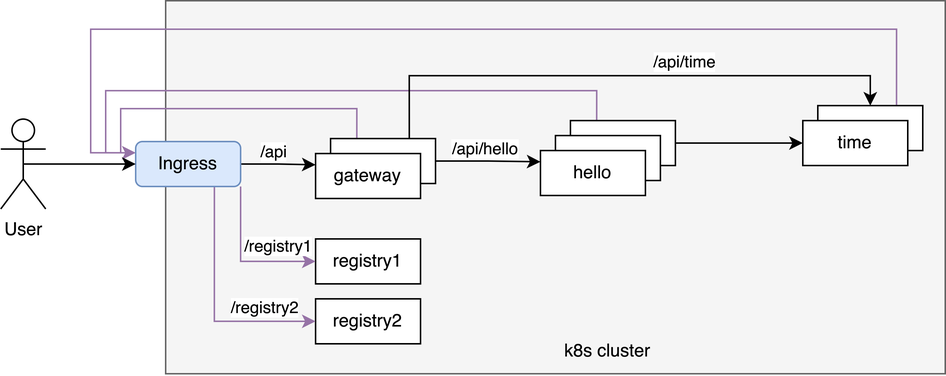
KirillSmirnow/k8s keeps this draw.io diagram as _res/components.png. Above is the earlier version. Source tidied: cells renumbered, new cells last; positions are measured from the earlier drawing's top-left corner, leaving out a move shared by most shapes.
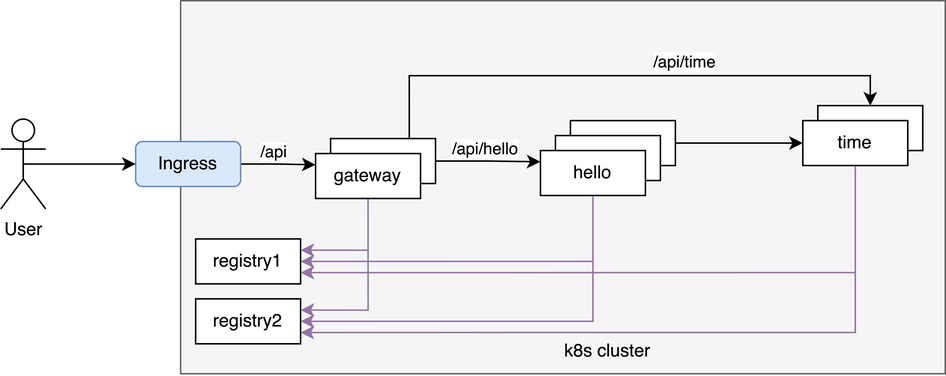
Later version of the same file.

Commit message:
Enable internal access to Service Registry

Diff of the diagram source:
```diff
@@ -3,43 +3,43 @@
     <mxCell id="0" />
     <mxCell id="1" parent="0" />
     <mxCell id="2" style="rounded=0;whiteSpace=wrap;html=1;fillColor=#f5f5f5;fontColor=#333333;strokeColor=#666666;" parent="1" vertex="1">
-      <mxGeometry x="110" width="520" height="249" as="geometry" />
+      <mxGeometry x="120" width="510" height="249" as="geometry" />
     </mxCell>
-    <mxCell id="3" style="edgeStyle=orthogonalEdgeStyle;rounded=0;jettySize=auto;html=1;exitX=0.75;exitY=0;exitDx=0;exitDy=0;entryX=0;entryY=0.25;entryDx=0;entryDy=0;fillColor=#e1d5e7;strokeColor=#9673a6;" parent="1" edge="1" source="4" target="26">
-      <mxGeometry relative="1" as="geometry">
-        <Array as="points">
-          <mxPoint x="598" y="19" />
-          <mxPoint x="60" y="19" />
-          <mxPoint x="60" y="101" />
-        </Array>
-      </mxGeometry>
-    </mxCell>
     <mxCell id="4" value="time" style="rounded=0;whiteSpace=wrap;html=1;" parent="1" vertex="1">
       <mxGeometry x="545" y="70" width="70" height="30" as="geometry" />
     </mxCell>
+    <mxCell id="30" style="edgeStyle=orthogonalEdgeStyle;rounded=0;jettySize=auto;html=1;exitX=0.5;exitY=1;exitDx=0;exitDy=0;entryX=1;entryY=0.75;entryDx=0;entryDy=0;fillColor=#e1d5e7;strokeColor=#9673a6;" parent="1" edge="1" source="5" target="11">
+      <mxGeometry relative="1" as="geometry" />
+    </mxCell>
+    <mxCell id="31" style="edgeStyle=orthogonalEdgeStyle;rounded=0;jettySize=auto;html=1;exitX=0.5;exitY=1;exitDx=0;exitDy=0;entryX=1;entryY=0.75;entryDx=0;entryDy=0;fillColor=#e1d5e7;strokeColor=#9673a6;" parent="1" edge="1" source="5" target="12">
+      <mxGeometry relative="1" as="geometry" />
+    </mxCell>
     <mxCell id="5" value="time" style="rounded=0;whiteSpace=wrap;html=1;" parent="1" vertex="1">
       <mxGeometry x="535" y="80" width="70" height="30" as="geometry" />
     </mxCell>
     <mxCell id="6" style="edgeStyle=orthogonalEdgeStyle;rounded=0;jettySize=auto;html=1;exitX=1;exitY=0.5;exitDx=0;exitDy=0;entryX=0;entryY=0.5;entryDx=0;entryDy=0;" parent="1" edge="1" source="8" target="5">
       <mxGeometry relative="1" as="geometry" />
     </mxCell>
-    <mxCell id="7" style="edgeStyle=orthogonalEdgeStyle;rounded=0;jettySize=auto;html=1;exitX=0.25;exitY=0;exitDx=0;exitDy=0;entryX=0;entryY=0.25;entryDx=0;entryDy=0;fillColor=#e1d5e7;strokeColor=#9673a6;" parent="1" edge="1" source="8" target="26">
-      <mxGeometry relative="1" as="geometry" />
-    </mxCell>
     <mxCell id="8" value="hello" style="rounded=0;whiteSpace=wrap;html=1;" parent="1" vertex="1">
       <mxGeometry x="380" y="80" width="70" height="30" as="geometry" />
     </mxCell>
     <mxCell id="9" value="hello" style="rounded=0;whiteSpace=wrap;html=1;" parent="1" vertex="1">
       <mxGeometry x="370" y="90" width="70" height="30" as="geometry" />
     </mxCell>
+    <mxCell id="32" style="edgeStyle=orthogonalEdgeStyle;rounded=0;jettySize=auto;html=1;exitX=0.5;exitY=1;exitDx=0;exitDy=0;entryX=1;entryY=0.5;entryDx=0;entryDy=0;fillColor=#e1d5e7;strokeColor=#9673a6;" parent="1" edge="1" source="10" target="11">
+      <mxGeometry relative="1" as="geometry" />
+    </mxCell>
+    <mxCell id="33" style="edgeStyle=orthogonalEdgeStyle;rounded=0;jettySize=auto;html=1;exitX=0.5;exitY=1;exitDx=0;exitDy=0;entryX=1;entryY=0.5;entryDx=0;entryDy=0;fillColor=#e1d5e7;strokeColor=#9673a6;" parent="1" edge="1" source="10" target="12">
+      <mxGeometry relative="1" as="geometry" />
+    </mxCell>
     <mxCell id="10" value="hello" style="rounded=0;whiteSpace=wrap;html=1;" parent="1" vertex="1">
       <mxGeometry x="360" y="100" width="70" height="30" as="geometry" />
     </mxCell>
     <mxCell id="11" value="registry1" style="rounded=0;whiteSpace=wrap;html=1;" parent="1" vertex="1">
-      <mxGeometry x="210" y="159" width="70" height="30" as="geometry" />
+      <mxGeometry x="130" y="159" width="70" height="30" as="geometry" />
     </mxCell>
     <mxCell id="12" value="registry2" style="rounded=0;whiteSpace=wrap;html=1;" parent="1" vertex="1">
-      <mxGeometry x="210" y="199" width="70" height="30" as="geometry" />
+      <mxGeometry x="130" y="199" width="70" height="30" as="geometry" />
     </mxCell>
     <mxCell id="13" style="edgeStyle=orthogonalEdgeStyle;rounded=0;jettySize=auto;html=1;exitX=1;exitY=0.5;exitDx=0;exitDy=0;entryX=0;entryY=0.25;entryDx=0;entryDy=0;" parent="1" edge="1" source="18" target="10">
       <mxGeometry relative="1" as="geometry" />
@@ -57,18 +57,15 @@
         <mxPoint y="-9" as="offset" />
       </mxGeometry>
     </mxCell>
-    <mxCell id="17" style="edgeStyle=orthogonalEdgeStyle;rounded=0;jettySize=auto;html=1;exitX=0.25;exitY=0;exitDx=0;exitDy=0;entryX=0;entryY=0.25;entryDx=0;entryDy=0;fillColor=#e1d5e7;strokeColor=#9673a6;" parent="1" edge="1" source="18" target="26">
-      <mxGeometry relative="1" as="geometry">
-        <Array as="points">
-          <mxPoint x="238" y="72" />
-          <mxPoint x="80" y="72" />
-          <mxPoint x="80" y="101" />
-        </Array>
-      </mxGeometry>
-    </mxCell>
     <mxCell id="18" value="gateway" style="rounded=0;whiteSpace=wrap;html=1;" parent="1" vertex="1">
       <mxGeometry x="220" y="92" width="70" height="30" as="geometry" />
     </mxCell>
+    <mxCell id="34" style="edgeStyle=orthogonalEdgeStyle;rounded=0;jettySize=auto;html=1;exitX=0.5;exitY=1;exitDx=0;exitDy=0;entryX=1;entryY=0.25;entryDx=0;entryDy=0;fillColor=#e1d5e7;strokeColor=#9673a6;" parent="1" edge="1" source="19" target="11">
+      <mxGeometry relative="1" as="geometry" />
+    </mxCell>
+    <mxCell id="35" style="edgeStyle=orthogonalEdgeStyle;rounded=0;jettySize=auto;html=1;exitX=0.5;exitY=1;exitDx=0;exitDy=0;entryX=1;entryY=0.25;entryDx=0;entryDy=0;fillColor=#e1d5e7;strokeColor=#9673a6;" parent="1" edge="1" source="19" target="12">
+      <mxGeometry relative="1" as="geometry" />
+    </mxCell>
     <mxCell id="19" value="gateway" style="rounded=0;whiteSpace=wrap;html=1;" parent="1" vertex="1">
       <mxGeometry x="210" y="102" width="70" height="30" as="geometry" />
     </mxCell>
@@ -80,22 +77,6 @@
         <mxPoint y="-8" as="offset" />
       </mxGeometry>
     </mxCell>
-    <mxCell id="22" style="rounded=0;jettySize=auto;html=1;exitX=1;exitY=1;exitDx=0;exitDy=0;entryX=0;entryY=0.5;entryDx=0;entryDy=0;fillColor=#e1d5e7;strokeColor=#9673a6;edgeStyle=orthogonalEdgeStyle;" parent="1" edge="1" source="26" target="11">
-      <mxGeometry relative="1" as="geometry" />
-    </mxCell>
-    <mxCell id="23" value="/registry1" style="edgeLabel;html=1;align=center;verticalAlign=middle;" parent="22" vertex="1">
-      <mxGeometry x="-0.04" relative="1" as="geometry">
-        <mxPoint x="25" y="-8" as="offset" />
-      </mxGeometry>
-    </mxCell>
-    <mxCell id="24" style="rounded=0;jettySize=auto;html=1;exitX=0.75;exitY=1;exitDx=0;exitDy=0;entryX=0;entryY=0.5;entryDx=0;entryDy=0;fillColor=#e1d5e7;strokeColor=#9673a6;edgeStyle=orthogonalEdgeStyle;" parent="1" edge="1" source="26" target="12">
-      <mxGeometry relative="1" as="geometry" />
-    </mxCell>
-    <mxCell id="25" value="/registry2" style="edgeLabel;html=1;align=center;verticalAlign=middle;" parent="24" vertex="1">
-      <mxGeometry x="0.12" relative="1" as="geometry">
-        <mxPoint x="33" y="-8" as="offset" />
-      </mxGeometry>
-    </mxCell>
     <mxCell id="26" value="Ingress" style="rounded=1;whiteSpace=wrap;html=1;fillColor=#dae8fc;strokeColor=#6c8ebf;" parent="1" vertex="1">
       <mxGeometry x="90" y="94" width="70" height="30" as="geometry" />
     </mxCell>
```
